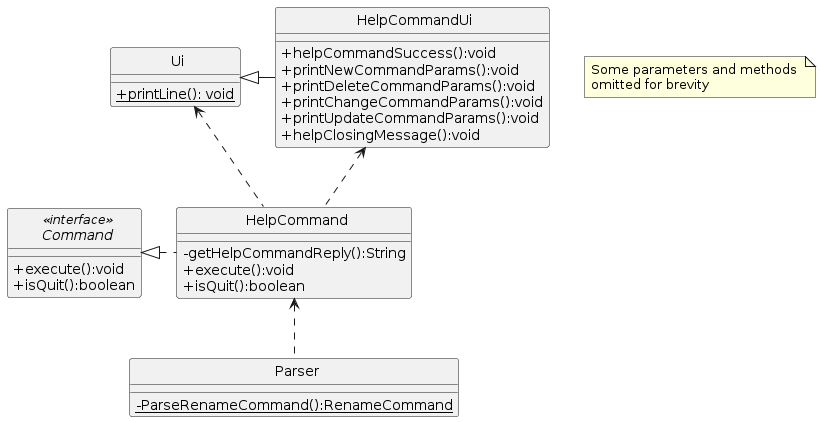
Above: docs/uml-diagrams/HelpCommandClass.png in rismm/tp (PlantUML), before the change.
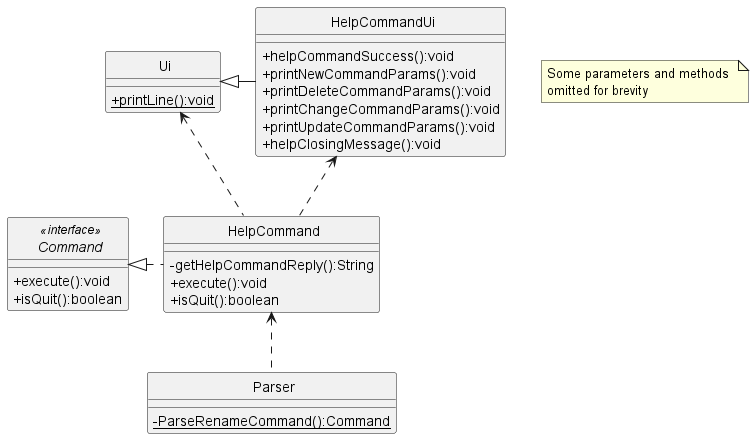
After the change.

Diff of the diagram source:
```diff
@@ -26,7 +26,7 @@
 }
 
 class Ui {
-    {static}+printLine(): void
+    {static}+printLine():void
 }
 
 class HelpCommandUi {
@@ -39,8 +39,9 @@
 }
 
 class Parser {
-    {static}-ParseRenameCommand():RenameCommand
+    {static}-ParseRenameCommand():Command
 }
 
 note "Some parameters and methods \nomitted for brevity" as n1
+
 @enduml
```
